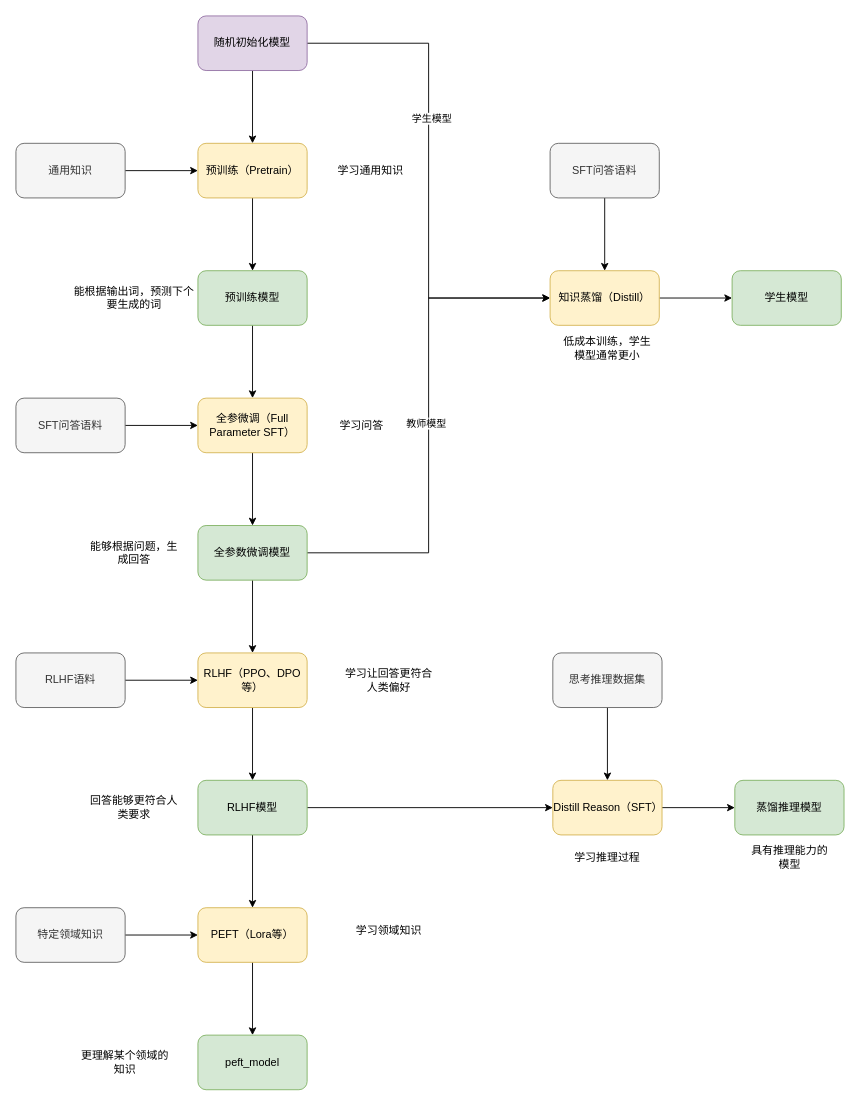
LXXiaogege/LLM-from-scratch keeps this draw.io diagram as images/llm.drawio. Above is the earlier version. Source tidied: cells renumbered, new cells numbered last; positions are measured from the earlier drawing's top-left corner, leaving out a move shared by most shapes. Both pictures are drawn from the tidied source at 91%, with x=0, y=0 at pixel (15, 15).
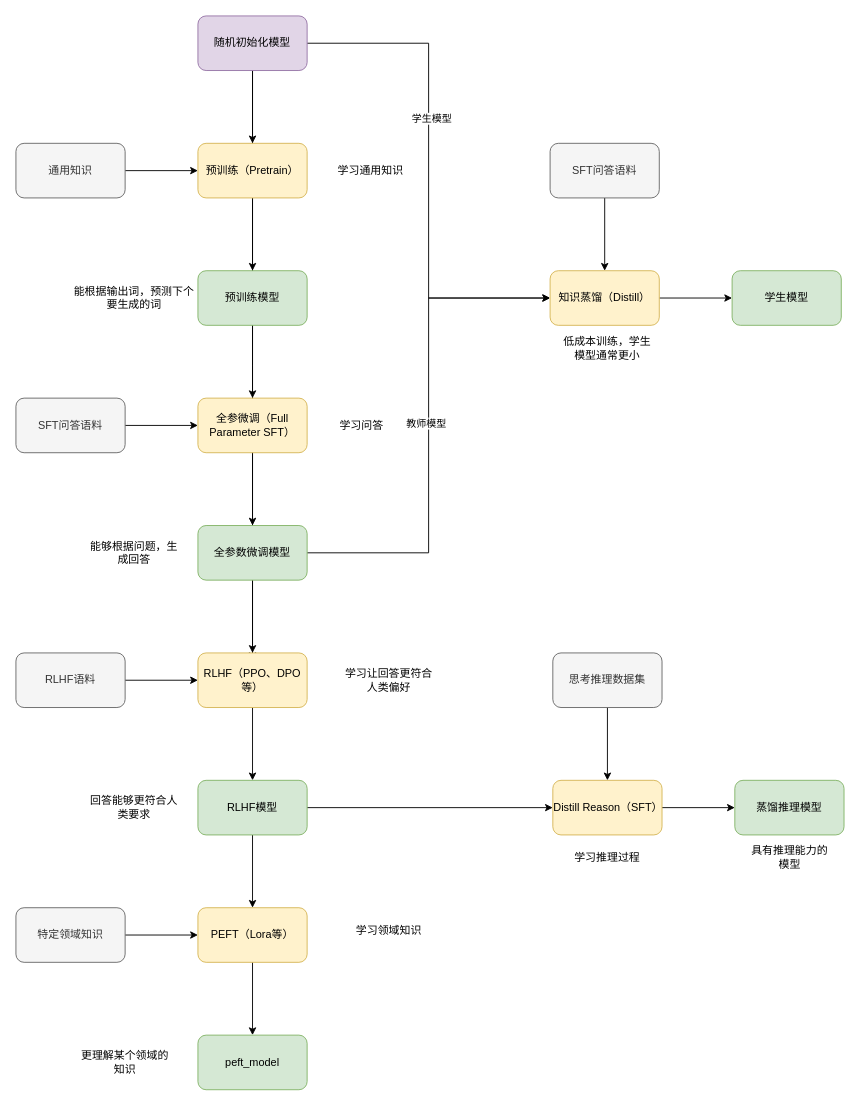
Above is the later version.

Unchanged cells that the change refers to:
```xml
<mxCell id="5" value="随机初始化模型" style="rounded=1;whiteSpace=wrap;html=1;fillColor=#e1d5e7;strokeColor=#9673a6;" parent="1" vertex="1">
  <mxGeometry x="200" width="120" height="60" as="geometry" />
</mxCell>
```

What changed in the source:
```diff
@@
+    <mxCell id="53" style="edgeStyle=orthogonalEdgeStyle;rounded=0;jettySize=auto;html=1;" parent="1" edge="1" source="5">
+      <mxGeometry relative="1" as="geometry">
+        <mxPoint x="260" y="708" as="targetPoint" />
+      </mxGeometry>
+    </mxCell>
```
